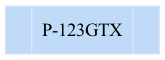
bryan-ignacio/proyecto2_ keeps this Graphviz diagram as arbol_b.png. Above is the earlier version. Its source is kept beside it as arbol_b.dot. Its diagram source:
```dot
digraph G {
	bgcolor="#ffffff";
	fontcolor=black;
	edge [fontcolor=white color="#FF6347"];
	node [shape=record width=1.2 style=filled fillcolor="#bfdbf7" fontcolor=black color="#e1e5f2"];
	n0[label="<f0>|P-123GTX|<f1>"];

}
```
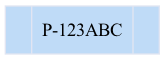
After the commit.

Diff of the diagram source:
```diff
@@ -3,6 +3,6 @@
 	fontcolor=black;
 	edge [fontcolor=white color="#FF6347"];
 	node [shape=record width=1.2 style=filled fillcolor="#bfdbf7" fontcolor=black color="#e1e5f2"];
-	n0[label="<f0>|P-123GTX|<f1>"];
+	n0[label="<f0>|P-123ABC|<f1>"];
 
 }
```
